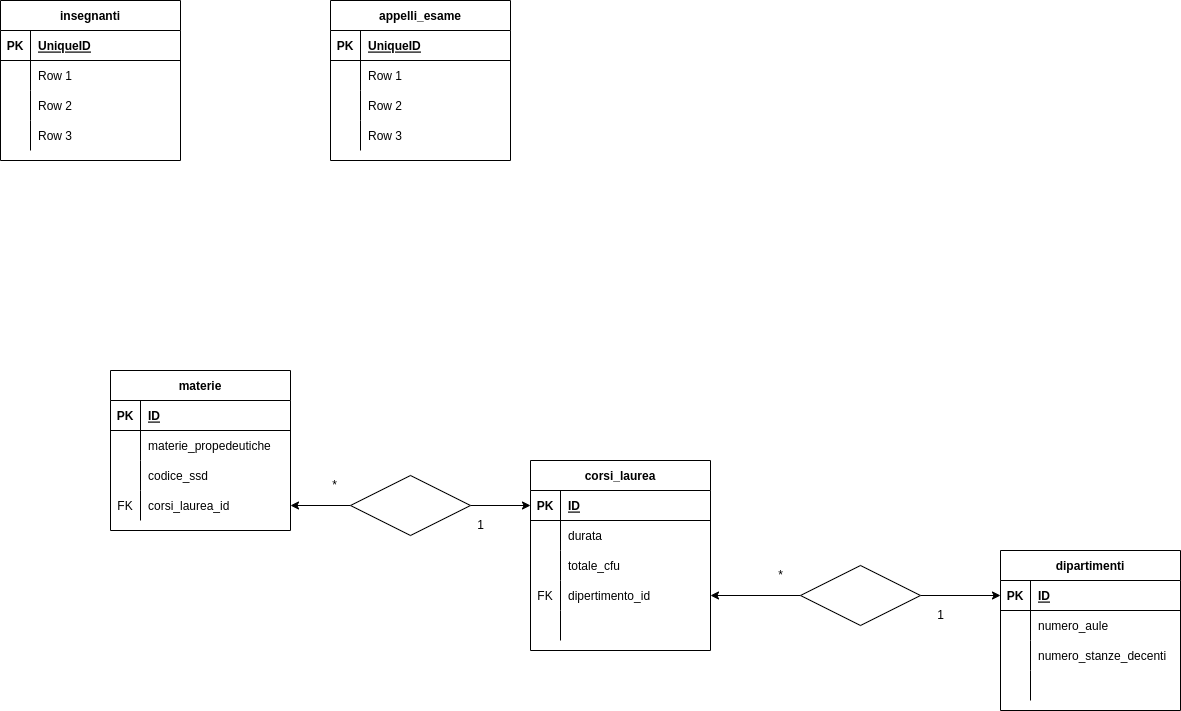
The draw.io diagram diagramma ER per università.png in pietroline/db-university, before a commit. Source tidied: cells renumbered, new cells last; positions are measured from the earlier drawing's top-left corner, leaving out a move shared by most shapes.
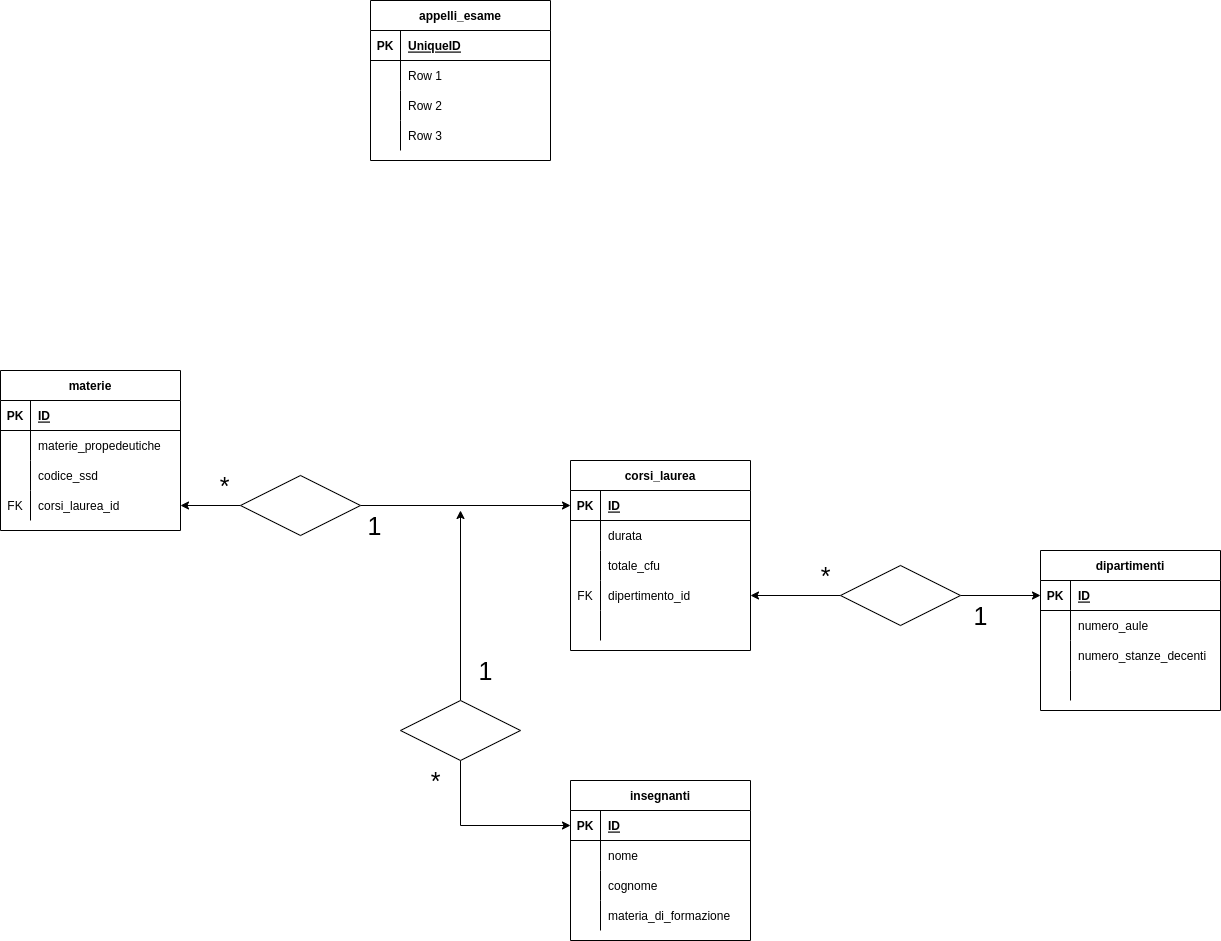
The same diagram one commit later.

Change to the diagram source:
```diff
@@ -42,7 +42,7 @@
       <mxGeometry x="30" width="150" height="30" as="geometry" />
     </mxCell>
     <mxCell id="15" value="materie" style="shape=table;startSize=30;rowLines=0;fontStyle=1;align=center;" parent="1" vertex="1">
-      <mxGeometry x="110" y="370" width="180" height="160" as="geometry" />
+      <mxGeometry x="-40" y="370" width="180" height="160" as="geometry" />
     </mxCell>
     <mxCell id="16" style="shape=tableRow;horizontal=0;startSize=0;swimlaneHead=0;swimlaneBody=0;fillColor=none;top=0;left=0;right=0;bottom=1;" parent="15" vertex="1">
       <mxGeometry y="30" width="180" height="30" as="geometry" />
@@ -129,7 +129,7 @@
       <mxGeometry x="30" width="150" height="30" as="geometry" />
     </mxCell>
     <mxCell id="44" value="insegnanti" style="shape=table;startSize=30;rowLines=0;fontStyle=1;align=center;" parent="1" vertex="1">
-      <mxGeometry width="180" height="160" as="geometry" />
+      <mxGeometry x="530" y="780" width="180" height="160" as="geometry" />
     </mxCell>
     <mxCell id="45" style="shape=tableRow;horizontal=0;startSize=0;swimlaneHead=0;swimlaneBody=0;fillColor=none;points=[[0,0.5],[1,0.5]];portConstraint=eastwest;top=0;left=0;right=0;bottom=1;" parent="44" vertex="1">
       <mxGeometry y="30" width="180" height="30" as="geometry" />
@@ -137,7 +137,7 @@
     <mxCell id="46" value="PK" style="shape=partialRectangle;fillColor=none;top=0;left=0;bottom=0;right=0;fontStyle=1;overflow=hidden;" parent="45" vertex="1">
       <mxGeometry width="30" height="30" as="geometry" />
     </mxCell>
-    <mxCell id="47" value="UniqueID" style="shape=partialRectangle;fillColor=none;top=0;left=0;bottom=0;right=0;align=left;spacingLeft=6;fontStyle=5;overflow=hidden;" parent="45" vertex="1">
+    <mxCell id="47" value="ID" style="shape=partialRectangle;fillColor=none;top=0;left=0;bottom=0;right=0;align=left;spacingLeft=6;fontStyle=5;overflow=hidden;" parent="45" vertex="1">
       <mxGeometry x="30" width="150" height="30" as="geometry" />
     </mxCell>
     <mxCell id="48" style="shape=tableRow;horizontal=0;startSize=0;swimlaneHead=0;swimlaneBody=0;fillColor=none;top=0;left=0;right=0;bottom=0;" parent="44" vertex="1">
@@ -146,7 +146,7 @@
     <mxCell id="49" style="shape=partialRectangle;fillColor=none;top=0;left=0;bottom=0;right=0;overflow=hidden;" parent="48" vertex="1">
       <mxGeometry width="30" height="30" as="geometry" />
     </mxCell>
-    <mxCell id="50" value="Row 1" style="shape=partialRectangle;fillColor=none;top=0;left=0;bottom=0;right=0;align=left;spacingLeft=6;overflow=hidden;" parent="48" vertex="1">
+    <mxCell id="50" value="nome" style="shape=partialRectangle;fillColor=none;top=0;left=0;bottom=0;right=0;align=left;spacingLeft=6;overflow=hidden;" parent="48" vertex="1">
       <mxGeometry x="30" width="150" height="30" as="geometry" />
     </mxCell>
     <mxCell id="51" style="shape=tableRow;horizontal=0;startSize=0;swimlaneHead=0;swimlaneBody=0;fillColor=none;top=0;left=0;right=0;bottom=0;" parent="44" vertex="1">
@@ -155,7 +155,7 @@
     <mxCell id="52" style="shape=partialRectangle;fillColor=none;top=0;left=0;bottom=0;right=0;overflow=hidden;" parent="51" vertex="1">
       <mxGeometry width="30" height="30" as="geometry" />
     </mxCell>
-    <mxCell id="53" value="Row 2" style="shape=partialRectangle;fillColor=none;top=0;left=0;bottom=0;right=0;align=left;spacingLeft=6;overflow=hidden;" parent="51" vertex="1">
+    <mxCell id="53" value="cognome" style="shape=partialRectangle;fillColor=none;top=0;left=0;bottom=0;right=0;align=left;spacingLeft=6;overflow=hidden;" parent="51" vertex="1">
       <mxGeometry x="30" width="150" height="30" as="geometry" />
     </mxCell>
     <mxCell id="54" style="shape=tableRow;horizontal=0;startSize=0;swimlaneHead=0;swimlaneBody=0;fillColor=none;top=0;left=0;right=0;bottom=0;" parent="44" vertex="1">
@@ -164,7 +164,7 @@
     <mxCell id="55" style="shape=partialRectangle;fillColor=none;top=0;left=0;bottom=0;right=0;overflow=hidden;" parent="54" vertex="1">
       <mxGeometry width="30" height="30" as="geometry" />
     </mxCell>
-    <mxCell id="56" value="Row 3" style="shape=partialRectangle;fillColor=none;top=0;left=0;bottom=0;right=0;align=left;spacingLeft=6;overflow=hidden;" parent="54" vertex="1">
+    <mxCell id="56" value="materia_di_formazione" style="shape=partialRectangle;fillColor=none;top=0;left=0;bottom=0;right=0;align=left;spacingLeft=6;overflow=hidden;" parent="54" vertex="1">
       <mxGeometry x="30" width="150" height="30" as="geometry" />
     </mxCell>
     <mxCell id="57" value="appelli_esame" style="shape=table;startSize=30;rowLines=0;fontStyle=1;align=center;" parent="1" vertex="1">
@@ -213,17 +213,17 @@
       <mxGeometry relative="1" as="geometry" />
     </mxCell>
     <mxCell id="72" style="group;" parent="1" vertex="1">
-      <mxGeometry x="770" y="565" width="180" height="60" as="geometry" />
+      <mxGeometry x="770" y="565" width="185" height="70" as="geometry" />
     </mxCell>
     <mxCell id="73" style="shape=rhombus;perimeter=rhombusPerimeter;whiteSpace=wrap;html=1;align=center;" parent="72" vertex="1">
       <mxGeometry x="30" width="120" height="60" as="geometry" />
     </mxCell>
+    <mxCell id="75" value="*" style="text;html=1;align=center;verticalAlign=middle;strokeColor=none;fillColor=none;fontSize=25;" parent="72" vertex="1">
+      <mxGeometry y="-10" width="30" height="40" as="geometry" />
+    </mxCell>
-    <mxCell id="74" value="1" style="text;html=1;align=center;verticalAlign=middle;strokeColor=none;fillColor=none;" parent="72" vertex="1">
-      <mxGeometry x="160" y="40" width="20" height="20" as="geometry" />
+    <mxCell id="74" value="1" style="text;html=1;align=center;verticalAlign=middle;strokeColor=none;fillColor=none;fontSize=25;" parent="72" vertex="1">
+      <mxGeometry x="155" y="30" width="30" height="40" as="geometry" />
     </mxCell>
-    <mxCell id="75" value="*" style="text;html=1;align=center;verticalAlign=middle;strokeColor=none;fillColor=none;" parent="72" vertex="1">
-      <mxGeometry width="20" height="20" as="geometry" />
-    </mxCell>
     <mxCell id="76" style="edgeStyle=orthogonalEdgeStyle;rounded=0;jettySize=auto;html=1;" parent="1" edge="1" source="78" target="29">
       <mxGeometry relative="1" as="geometry" />
     </mxCell>
@@ -231,13 +231,30 @@
       <mxGeometry relative="1" as="geometry" />
     </mxCell>
     <mxCell id="78" style="shape=rhombus;perimeter=rhombusPerimeter;whiteSpace=wrap;html=1;align=center;" parent="1" vertex="1">
-      <mxGeometry x="350" y="475" width="120" height="60" as="geometry" />
+      <mxGeometry x="200" y="475" width="120" height="60" as="geometry" />
     </mxCell>
-    <mxCell id="79" value="*" style="text;html=1;align=center;verticalAlign=middle;strokeColor=none;fillColor=none;" parent="1" vertex="1">
-      <mxGeometry x="324" y="475" width="20" height="20" as="geometry" />
+    <mxCell id="79" value="&lt;font style=&quot;font-size: 25px&quot;&gt;*&lt;/font&gt;" style="text;html=1;align=center;verticalAlign=middle;strokeColor=none;fillColor=none;" parent="1" vertex="1">
+      <mxGeometry x="169" y="475" width="30" height="20" as="geometry" />
     </mxCell>
-    <mxCell id="80" value="1" style="text;html=1;align=center;verticalAlign=middle;strokeColor=none;fillColor=none;" parent="1" vertex="1">
-      <mxGeometry x="470" y="515" width="20" height="20" as="geometry" />
+    <mxCell id="80" value="&lt;font style=&quot;font-size: 25px&quot;&gt;1&lt;/font&gt;" style="text;html=1;align=center;verticalAlign=middle;strokeColor=none;fillColor=none;" parent="1" vertex="1">
+      <mxGeometry x="318.5" y="515" width="30" height="20" as="geometry" />
     </mxCell>
+    <mxCell id="81" style="edgeStyle=orthogonalEdgeStyle;rounded=0;jettySize=auto;html=1;fontSize=25;" parent="1" edge="1" source="83">
+      <mxGeometry relative="1" as="geometry">
+        <mxPoint x="420" y="510" as="targetPoint" />
+      </mxGeometry>
+    </mxCell>
+    <mxCell id="82" style="edgeStyle=orthogonalEdgeStyle;rounded=0;jettySize=auto;html=1;entryX=0;entryY=0.5;entryDx=0;entryDy=0;fontSize=25;" parent="1" edge="1" source="83" target="45">
+      <mxGeometry relative="1" as="geometry" />
+    </mxCell>
+    <mxCell id="83" style="shape=rhombus;perimeter=rhombusPerimeter;whiteSpace=wrap;html=1;align=center;fontSize=25;" parent="1" vertex="1">
+      <mxGeometry x="360" y="700" width="120" height="60" as="geometry" />
+    </mxCell>
+    <mxCell id="84" value="*" style="text;html=1;align=center;verticalAlign=middle;strokeColor=none;fillColor=none;fontSize=25;" parent="1" vertex="1">
+      <mxGeometry x="380" y="760" width="30" height="40" as="geometry" />
+    </mxCell>
+    <mxCell id="85" value="1" style="text;html=1;align=center;verticalAlign=middle;strokeColor=none;fillColor=none;fontSize=25;" parent="1" vertex="1">
+      <mxGeometry x="430" y="650" width="30" height="40" as="geometry" />
+    </mxCell>
   </root>
 </mxGraphModel>
```
